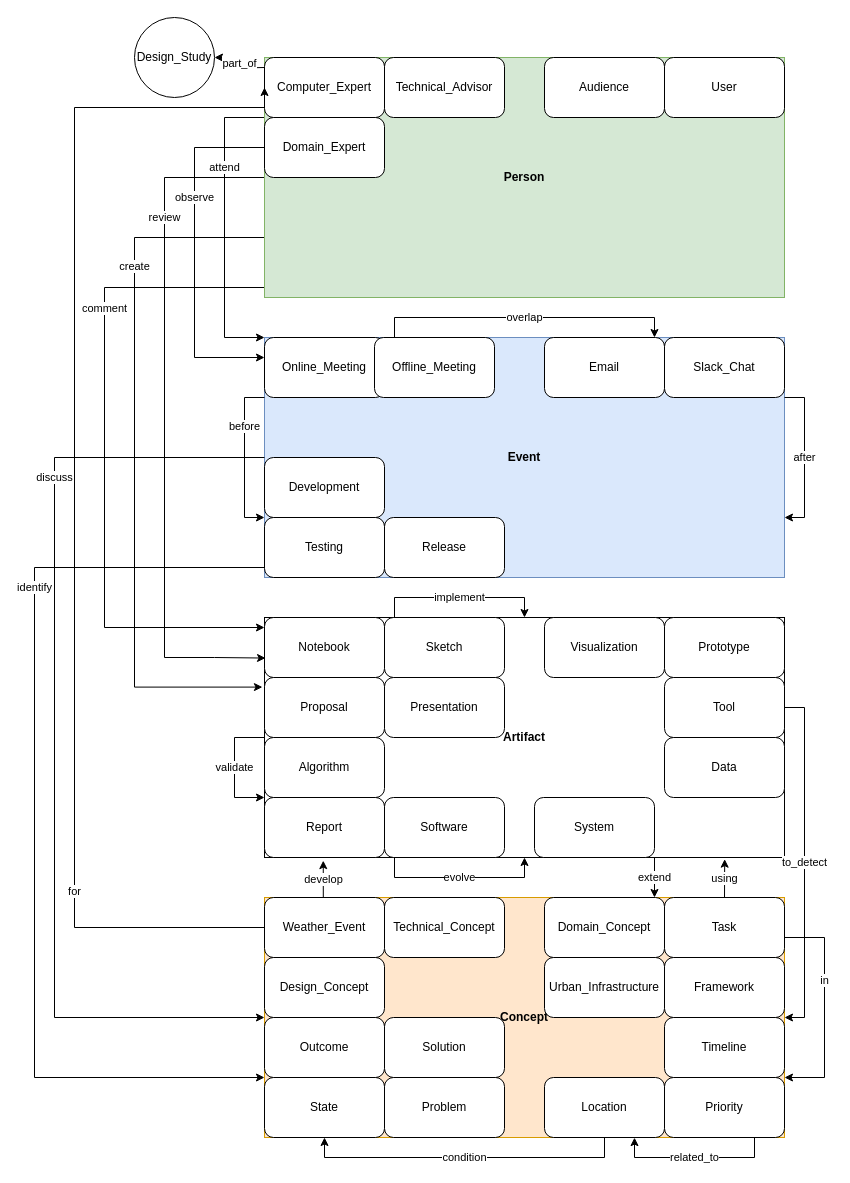
The draw.io diagram Manual-Annotation/MS Thesis/draw-io-files/Entities_and_Relationships.drawio in Vamsi-Dath/knowledge-graph, before the edit. Source tidied: cells renumbered, new cells numbered last; positions are measured from the earlier drawing's top-left corner, leaving out a move shared by most shapes. Both pictures are drawn from the tidied source at 100%, with x=0, y=0 at pixel (34, 17).
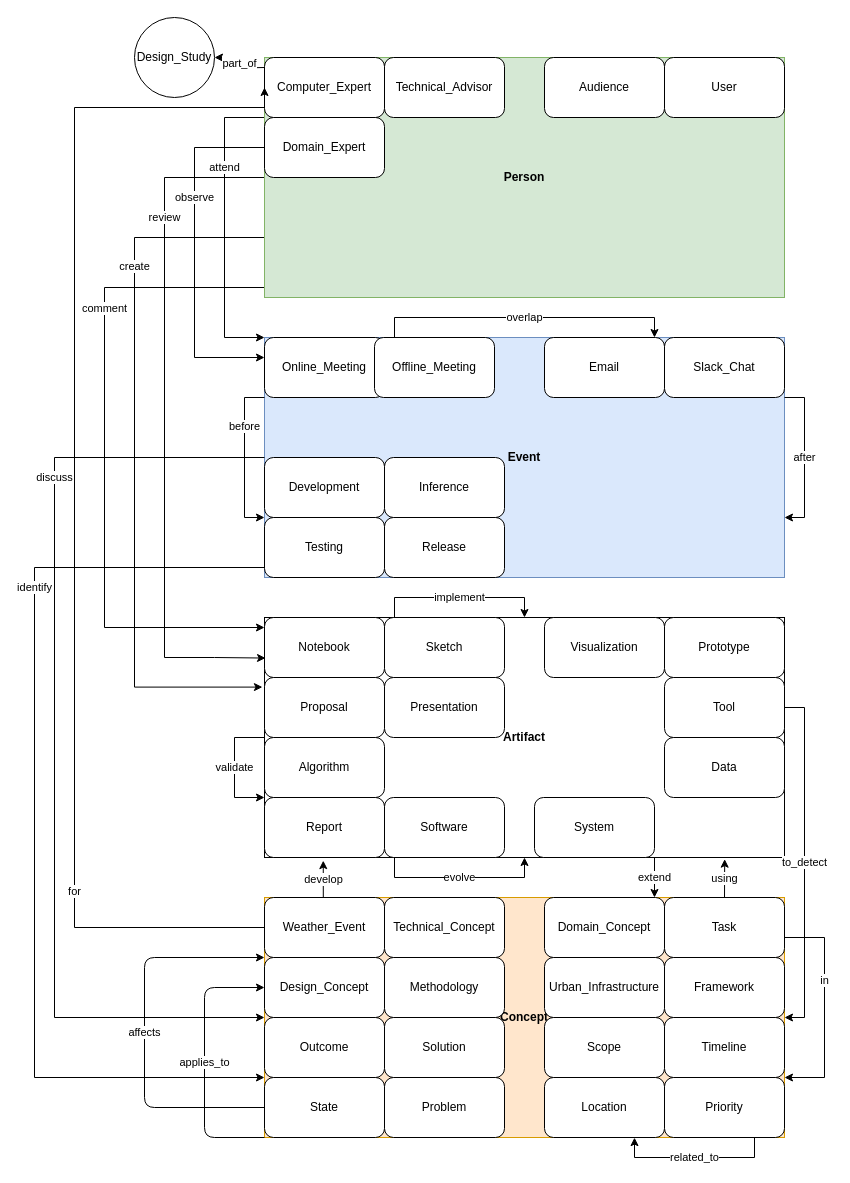
The same page after the edit.

The change refers to these unchanged cells:
```xml
<mxCell id="44" value="Weather_Event" style="rounded=1;whiteSpace=wrap;html=1;" parent="1" vertex="1">
  <mxGeometry x="230" y="880" width="120" height="60" as="geometry" />
</mxCell>
<mxCell id="51" value="Design_Concept" style="rounded=1;whiteSpace=wrap;html=1;" parent="1" vertex="1">
  <mxGeometry x="230" y="940" width="120" height="60" as="geometry" />
</mxCell>
<mxCell id="58" value="State" style="rounded=1;whiteSpace=wrap;html=1;" parent="1" vertex="1">
  <mxGeometry x="230" y="1060" width="120" height="60" as="geometry" />
</mxCell>
<mxCell id="62" value="Location" style="rounded=1;whiteSpace=wrap;html=1;" parent="1" vertex="1">
  <mxGeometry x="510" y="1060" width="120" height="60" as="geometry" />
</mxCell>
```

Change to the diagram source:
```diff
@@
+    <mxCell id="67" value="applies_to" style="edgeStyle=none;html=1;exitX=0;exitY=1;exitDx=0;exitDy=0;entryX=0;entryY=0.5;entryDx=0;entryDy=0;" parent="1" edge="1" source="58" target="51">
+      <mxGeometry relative="1" as="geometry">
+        <Array as="points">
+          <mxPoint x="170" y="1120" />
+          <mxPoint x="170" y="970" />
+        </Array>
+      </mxGeometry>
+    </mxCell>
+    <mxCell id="68" value="affects" style="edgeStyle=none;html=1;exitX=0;exitY=0.5;exitDx=0;exitDy=0;entryX=0;entryY=1;entryDx=0;entryDy=0;" parent="1" edge="1" source="58" target="44">
+      <mxGeometry relative="1" as="geometry">
+        <Array as="points">
+          <mxPoint x="110" y="1090" />
+          <mxPoint x="110" y="940" />
+        </Array>
+      </mxGeometry>
+    </mxCell>
@@
-    <mxCell id="61" value="condition" style="edgeStyle=orthogonalEdgeStyle;rounded=0;jettySize=auto;html=1;exitX=0.5;exitY=1;exitDx=0;exitDy=0;entryX=0.5;entryY=1;entryDx=0;entryDy=0;" parent="1" edge="1" source="62" target="58">
-      <mxGeometry relative="1" as="geometry" />
-    </mxCell>
@@
+    <mxCell id="69" value="Scope" style="rounded=1;whiteSpace=wrap;html=1;" parent="1" vertex="1">
+      <mxGeometry x="510" y="1000" width="120" height="60" as="geometry" />
+    </mxCell>
+    <mxCell id="70" value="Methodology" style="rounded=1;whiteSpace=wrap;html=1;" parent="1" vertex="1">
+      <mxGeometry x="350" y="940" width="120" height="60" as="geometry" />
+    </mxCell>
+    <mxCell id="71" value="Inference" style="rounded=1;whiteSpace=wrap;html=1;" parent="1" vertex="1">
+      <mxGeometry x="350" y="440" width="120" height="60" as="geometry" />
+    </mxCell>
```
